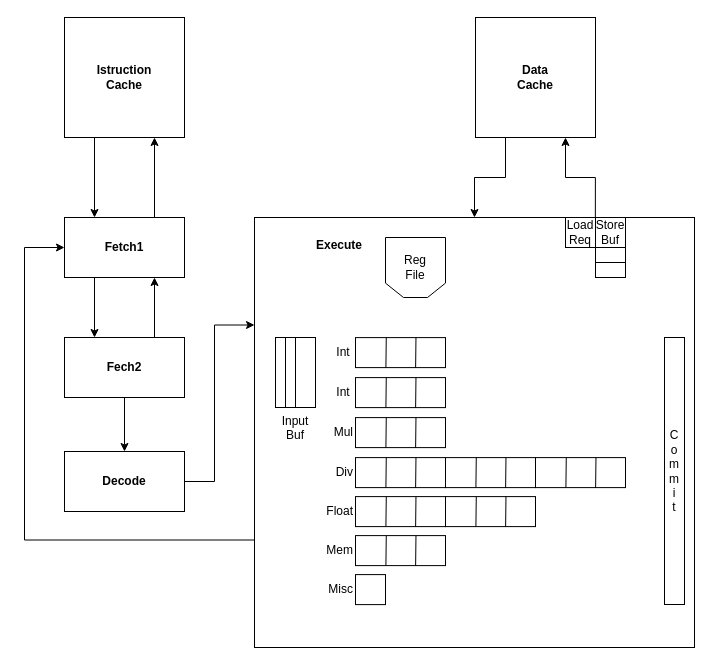
Earlier version of the draw.io diagram Diagrammi/MinorArm.drawio (The90Frank/MinorArmAnalyzer). Source tidied: cells renumbered, new cells numbered last; positions are measured from the earlier drawing's top-left corner, leaving out a move shared by most shapes. Both pictures are drawn from the tidied source at 100%, with x=0, y=0 at pixel (24, 17).
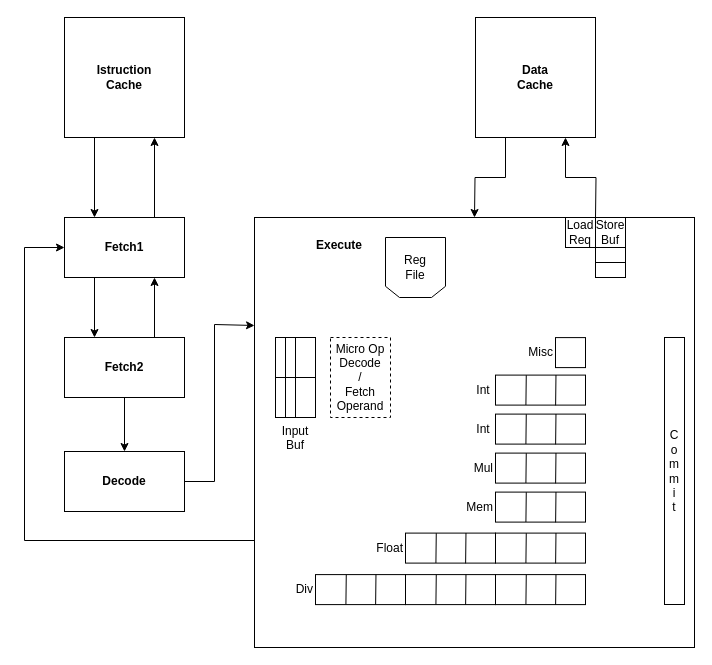
Above is the later version.

Unchanged cells that the change refers to:
```xml
<mxCell id="6" value="Fetch1" style="rounded=0;whiteSpace=wrap;html=1;fontStyle=1;" parent="1" vertex="1">
  <mxGeometry x="40" y="200" width="120" height="60" as="geometry" />
</mxCell>
<mxCell id="11" value="&lt;span&gt;Decode&lt;/span&gt;" style="rounded=0;whiteSpace=wrap;html=1;fontStyle=1;" parent="1" vertex="1">
  <mxGeometry x="40" y="434" width="120" height="60" as="geometry" />
</mxCell>
<mxCell id="16" value="Data&lt;br&gt;Cache" style="rounded=0;whiteSpace=wrap;html=1;fontStyle=1;" parent="1" vertex="1">
  <mxGeometry x="451" width="120" height="120" as="geometry" />
</mxCell>
<mxCell id="45" style="rounded=0;whiteSpace=wrap;html=1;align=left;verticalAlign=top;labelPosition=right;verticalLabelPosition=middle;" parent="1" vertex="1">
  <mxGeometry x="571" y="200" width="30" height="60" as="geometry" />
</mxCell>
<mxCell id="48" value="Load&lt;br&gt;Req" style="rounded=0;whiteSpace=wrap;html=1;align=center;labelPosition=center;verticalLabelPosition=middle;verticalAlign=middle;" parent="1" vertex="1">
  <mxGeometry x="541" y="200" width="30" height="30" as="geometry" />
</mxCell>
```

Change to the diagram source:
```diff
@@
-    <mxCell id="9" value="Fech2" style="rounded=0;whiteSpace=wrap;html=1;fontStyle=1;" parent="1" vertex="1">
+    <mxCell id="9" value="Fetch2" style="rounded=0;whiteSpace=wrap;html=1;fontStyle=1;" parent="1" vertex="1">
       <mxGeometry x="40" y="320" width="120" height="60" as="geometry" />
     </mxCell>
-    <mxCell id="10" style="edgeStyle=orthogonalEdgeStyle;rounded=0;jettySize=auto;html=1;exitX=1;exitY=0.5;exitDx=0;exitDy=0;entryX=0;entryY=0.25;entryDx=0;entryDy=0;" parent="1" edge="1" source="11" target="14">
+    <mxCell id="10" style="edgeStyle=orthogonalEdgeStyle;rounded=0;jettySize=auto;html=1;exitX=1;exitY=0.5;exitDx=0;exitDy=0;entryX=0;entryY=0.25;entryDx=0;entryDy=0;" parent="1" edge="1" source="11">
       <mxGeometry relative="1" as="geometry">
+        <mxPoint x="230" y="308" as="targetPoint" />
         <Array as="points">
           <mxPoint x="190" y="464" />
           <mxPoint x="190" y="307" />
         </Array>
       </mxGeometry>
     </mxCell>
@@
-    <mxCell id="12" style="edgeStyle=orthogonalEdgeStyle;rounded=0;jettySize=auto;html=1;exitX=0.995;exitY=0.005;exitDx=0;exitDy=0;entryX=0.75;entryY=1;entryDx=0;entryDy=0;exitPerimeter=0;" parent="1" edge="1" source="48" target="16">
-      <mxGeometry relative="1" as="geometry" />
+    <mxCell id="12" style="edgeStyle=orthogonalEdgeStyle;rounded=0;jettySize=auto;html=1;exitX=0.995;exitY=0.005;exitDx=0;exitDy=0;entryX=0.75;entryY=1;entryDx=0;entryDy=0;exitPerimeter=0;" parent="1" edge="1" target="16">
+      <mxGeometry relative="1" as="geometry">
+        <mxPoint x="571" y="200" as="sourcePoint" />
+      </mxGeometry>
     </mxCell>
-    <mxCell id="13" style="edgeStyle=orthogonalEdgeStyle;rounded=0;jettySize=auto;html=1;entryX=0;entryY=0.5;entryDx=0;entryDy=0;exitX=0;exitY=0.75;exitDx=0;exitDy=0;" parent="1" edge="1" source="14" target="6">
+    <mxCell id="13" style="edgeStyle=orthogonalEdgeStyle;rounded=0;jettySize=auto;html=1;entryX=0;entryY=0.5;entryDx=0;entryDy=0;exitX=0;exitY=0.75;exitDx=0;exitDy=0;" parent="1" edge="1" target="6">
       <mxGeometry relative="1" as="geometry">
+        <mxPoint x="230" y="523" as="sourcePoint" />
         <Array as="points">
           <mxPoint y="523" />
           <mxPoint y="230" />
         </Array>
       </mxGeometry>
     </mxCell>
-    <mxCell id="14" value="&amp;nbsp; &amp;nbsp; &amp;nbsp; &amp;nbsp; &amp;nbsp; &lt;br&gt;&amp;nbsp; &amp;nbsp; &amp;nbsp; &amp;nbsp; &amp;nbsp; &amp;nbsp; &amp;nbsp; &amp;nbsp; &amp;nbsp; &lt;b&gt;Execute&lt;/b&gt;" style="rounded=0;whiteSpace=wrap;html=1;verticalAlign=top;labelPosition=center;verticalLabelPosition=middle;align=left;" parent="1" vertex="1">
-      <mxGeometry x="230" y="200" width="440" height="430" as="geometry" />
-    </mxCell>
-    <mxCell id="15" style="edgeStyle=orthogonalEdgeStyle;rounded=0;jettySize=auto;html=1;exitX=0.25;exitY=1;exitDx=0;exitDy=0;entryX=0.5;entryY=0;entryDx=0;entryDy=0;" parent="1" edge="1" source="16" target="14">
-      <mxGeometry relative="1" as="geometry" />
+    <mxCell id="15" style="edgeStyle=orthogonalEdgeStyle;rounded=0;jettySize=auto;html=1;exitX=0.25;exitY=1;exitDx=0;exitDy=0;entryX=0.5;entryY=0;entryDx=0;entryDy=0;" parent="1" edge="1" source="16">
+      <mxGeometry relative="1" as="geometry">
+        <mxPoint x="450" y="200" as="targetPoint" />
+      </mxGeometry>
     </mxCell>
@@
-    <mxCell id="17" value="Int&amp;nbsp;" style="rounded=0;whiteSpace=wrap;html=1;align=right;labelPosition=left;verticalLabelPosition=middle;verticalAlign=middle;" parent="1" vertex="1">
-      <mxGeometry x="331" y="320.1" width="90" height="30" as="geometry" />
-    </mxCell>
-    <mxCell id="18" style="endArrow=none;html=1;exitX=0.338;exitY=0.997;exitDx=0;exitDy=0;exitPerimeter=0;entryX=0.342;entryY=0.003;entryDx=0;entryDy=0;entryPerimeter=0;" parent="1" edge="1" source="17" target="17">
-      <mxGeometry relative="1" as="geometry" />
-    </mxCell>
-    <mxCell id="19" style="endArrow=none;html=1;exitX=0.668;exitY=1.01;exitDx=0;exitDy=0;exitPerimeter=0;entryX=0.672;entryY=-0.003;entryDx=0;entryDy=0;entryPerimeter=0;" parent="1" edge="1" source="17" target="17">
-      <mxGeometry relative="1" as="geometry" />
-    </mxCell>
-    <mxCell id="20" value="Int&amp;nbsp;" style="rounded=0;whiteSpace=wrap;html=1;align=right;labelPosition=left;verticalLabelPosition=middle;verticalAlign=middle;" parent="1" vertex="1">
-      <mxGeometry x="331" y="360.1" width="90" height="30" as="geometry" />
-    </mxCell>
-    <mxCell id="21" style="endArrow=none;html=1;exitX=0.338;exitY=0.997;exitDx=0;exitDy=0;exitPerimeter=0;entryX=0.342;entryY=0.003;entryDx=0;entryDy=0;entryPerimeter=0;" parent="1" edge="1" source="20" target="20">
-      <mxGeometry relative="1" as="geometry" />
-    </mxCell>
-    <mxCell id="22" style="endArrow=none;html=1;exitX=0.668;exitY=1.01;exitDx=0;exitDy=0;exitPerimeter=0;entryX=0.672;entryY=-0.003;entryDx=0;entryDy=0;entryPerimeter=0;" parent="1" edge="1" source="20" target="20">
-      <mxGeometry relative="1" as="geometry" />
-    </mxCell>
+    <mxCell id="14" value="&amp;nbsp; &amp;nbsp; &amp;nbsp; &amp;nbsp; &amp;nbsp; &lt;br&gt;&amp;nbsp; &amp;nbsp; &amp;nbsp; &amp;nbsp; &amp;nbsp; &amp;nbsp; &amp;nbsp; &amp;nbsp; &amp;nbsp; &lt;b&gt;Execute&lt;/b&gt;" style="rounded=0;whiteSpace=wrap;html=1;verticalAlign=top;labelPosition=center;verticalLabelPosition=middle;align=left;" parent="1" vertex="1">
+      <mxGeometry x="230" y="200" width="440" height="430" as="geometry" />
+    </mxCell>
+    <mxCell id="56" value="Int&amp;nbsp;" style="rounded=0;whiteSpace=wrap;html=1;align=right;labelPosition=left;verticalLabelPosition=middle;verticalAlign=middle;" parent="1" vertex="1">
+      <mxGeometry x="471" y="396.6" width="90" height="30" as="geometry" />
+    </mxCell>
+    <mxCell id="57" style="endArrow=none;html=1;exitX=0.338;exitY=0.997;exitDx=0;exitDy=0;exitPerimeter=0;entryX=0.342;entryY=0.003;entryDx=0;entryDy=0;entryPerimeter=0;" parent="1" edge="1" source="56" target="56">
+      <mxGeometry relative="1" as="geometry" />
+    </mxCell>
+    <mxCell id="58" style="endArrow=none;html=1;exitX=0.668;exitY=1.01;exitDx=0;exitDy=0;exitPerimeter=0;entryX=0.672;entryY=-0.003;entryDx=0;entryDy=0;entryPerimeter=0;" parent="1" edge="1" source="56" target="56">
+      <mxGeometry relative="1" as="geometry" />
+    </mxCell>
     <mxCell id="23" value="Mul" style="rounded=0;whiteSpace=wrap;html=1;align=right;labelPosition=left;verticalLabelPosition=middle;verticalAlign=middle;" parent="1" vertex="1">
-      <mxGeometry x="331" y="400.1" width="90" height="30" as="geometry" />
+      <mxGeometry x="471" y="435.6" width="90" height="30" as="geometry" />
     </mxCell>
-    <mxCell id="24" style="endArrow=none;html=1;exitX=0.338;exitY=0.997;exitDx=0;exitDy=0;exitPerimeter=0;entryX=0.342;entryY=0.003;entryDx=0;entryDy=0;entryPerimeter=0;" parent="1" edge="1" source="23" target="23">
-      <mxGeometry relative="1" as="geometry" />
-    </mxCell>
-    <mxCell id="25" style="endArrow=none;html=1;exitX=0.668;exitY=1.01;exitDx=0;exitDy=0;exitPerimeter=0;entryX=0.672;entryY=-0.003;entryDx=0;entryDy=0;entryPerimeter=0;" parent="1" edge="1" source="23" target="23">
-      <mxGeometry relative="1" as="geometry" />
-    </mxCell>
+    <mxCell id="59" style="endArrow=none;html=1;exitX=0.338;exitY=0.997;exitDx=0;exitDy=0;exitPerimeter=0;entryX=0.342;entryY=0.003;entryDx=0;entryDy=0;entryPerimeter=0;" parent="1" edge="1" source="23" target="23">
+      <mxGeometry relative="1" as="geometry" />
+    </mxCell>
+    <mxCell id="60" style="endArrow=none;html=1;exitX=0.668;exitY=1.01;exitDx=0;exitDy=0;exitPerimeter=0;entryX=0.672;entryY=-0.003;entryDx=0;entryDy=0;entryPerimeter=0;" parent="1" edge="1" source="23" target="23">
+      <mxGeometry relative="1" as="geometry" />
+    </mxCell>
     <mxCell id="26" value="Div" style="rounded=0;whiteSpace=wrap;html=1;align=right;labelPosition=left;verticalLabelPosition=middle;verticalAlign=middle;" parent="1" vertex="1">
-      <mxGeometry x="331" y="440.1" width="90" height="30" as="geometry" />
+      <mxGeometry x="291" y="557.1" width="90" height="30" as="geometry" />
     </mxCell>
-    <mxCell id="27" style="endArrow=none;html=1;exitX=0.338;exitY=0.997;exitDx=0;exitDy=0;exitPerimeter=0;entryX=0.342;entryY=0.003;entryDx=0;entryDy=0;entryPerimeter=0;" parent="1" edge="1" source="26" target="26">
-      <mxGeometry relative="1" as="geometry" />
-    </mxCell>
-    <mxCell id="28" style="endArrow=none;html=1;exitX=0.668;exitY=1.01;exitDx=0;exitDy=0;exitPerimeter=0;entryX=0.672;entryY=-0.003;entryDx=0;entryDy=0;entryPerimeter=0;" parent="1" edge="1" source="26" target="26">
-      <mxGeometry relative="1" as="geometry" />
-    </mxCell>
-    <mxCell id="29" style="rounded=0;whiteSpace=wrap;html=1;align=right;labelPosition=left;verticalLabelPosition=middle;verticalAlign=middle;" parent="1" vertex="1">
-      <mxGeometry x="421" y="440.1" width="90" height="30" as="geometry" />
-    </mxCell>
-    <mxCell id="30" style="endArrow=none;html=1;exitX=0.338;exitY=0.997;exitDx=0;exitDy=0;exitPerimeter=0;entryX=0.342;entryY=0.003;entryDx=0;entryDy=0;entryPerimeter=0;" parent="1" edge="1" source="29" target="29">
-      <mxGeometry relative="1" as="geometry" />
-    </mxCell>
-    <mxCell id="31" style="endArrow=none;html=1;exitX=0.668;exitY=1.01;exitDx=0;exitDy=0;exitPerimeter=0;entryX=0.672;entryY=-0.003;entryDx=0;entryDy=0;entryPerimeter=0;" parent="1" edge="1" source="29" target="29">
-      <mxGeometry relative="1" as="geometry" />
-    </mxCell>
-    <mxCell id="32" style="rounded=0;whiteSpace=wrap;html=1;align=right;labelPosition=left;verticalLabelPosition=middle;verticalAlign=middle;" parent="1" vertex="1">
-      <mxGeometry x="511" y="440.1" width="90" height="30" as="geometry" />
-    </mxCell>
-    <mxCell id="33" style="endArrow=none;html=1;exitX=0.338;exitY=0.997;exitDx=0;exitDy=0;exitPerimeter=0;entryX=0.342;entryY=0.003;entryDx=0;entryDy=0;entryPerimeter=0;" parent="1" edge="1" source="32" target="32">
-      <mxGeometry relative="1" as="geometry" />
-    </mxCell>
-    <mxCell id="34" style="endArrow=none;html=1;exitX=0.668;exitY=1.01;exitDx=0;exitDy=0;exitPerimeter=0;entryX=0.672;entryY=-0.003;entryDx=0;entryDy=0;entryPerimeter=0;" parent="1" edge="1" source="32" target="32">
-      <mxGeometry relative="1" as="geometry" />
-    </mxCell>
+    <mxCell id="61" style="endArrow=none;html=1;exitX=0.338;exitY=0.997;exitDx=0;exitDy=0;exitPerimeter=0;entryX=0.342;entryY=0.003;entryDx=0;entryDy=0;entryPerimeter=0;" parent="1" edge="1" source="26" target="26">
+      <mxGeometry relative="1" as="geometry" />
+    </mxCell>
+    <mxCell id="62" style="endArrow=none;html=1;exitX=0.668;exitY=1.01;exitDx=0;exitDy=0;exitPerimeter=0;entryX=0.672;entryY=-0.003;entryDx=0;entryDy=0;entryPerimeter=0;" parent="1" edge="1" source="26" target="26">
+      <mxGeometry relative="1" as="geometry" />
+    </mxCell>
+    <mxCell id="63" style="rounded=0;whiteSpace=wrap;html=1;align=right;labelPosition=left;verticalLabelPosition=middle;verticalAlign=middle;" parent="1" vertex="1">
+      <mxGeometry x="381" y="557.1" width="90" height="30" as="geometry" />
+    </mxCell>
+    <mxCell id="64" style="endArrow=none;html=1;exitX=0.338;exitY=0.997;exitDx=0;exitDy=0;exitPerimeter=0;entryX=0.342;entryY=0.003;entryDx=0;entryDy=0;entryPerimeter=0;" parent="1" edge="1" source="63" target="63">
+      <mxGeometry relative="1" as="geometry" />
+    </mxCell>
+    <mxCell id="65" style="endArrow=none;html=1;exitX=0.668;exitY=1.01;exitDx=0;exitDy=0;exitPerimeter=0;entryX=0.672;entryY=-0.003;entryDx=0;entryDy=0;entryPerimeter=0;" parent="1" edge="1" source="63" target="63">
+      <mxGeometry relative="1" as="geometry" />
+    </mxCell>
+    <mxCell id="66" style="rounded=0;whiteSpace=wrap;html=1;align=right;labelPosition=left;verticalLabelPosition=middle;verticalAlign=middle;" parent="1" vertex="1">
+      <mxGeometry x="471" y="557.1" width="90" height="30" as="geometry" />
+    </mxCell>
+    <mxCell id="67" style="endArrow=none;html=1;exitX=0.338;exitY=0.997;exitDx=0;exitDy=0;exitPerimeter=0;entryX=0.342;entryY=0.003;entryDx=0;entryDy=0;entryPerimeter=0;" parent="1" edge="1" source="66" target="66">
+      <mxGeometry relative="1" as="geometry" />
+    </mxCell>
+    <mxCell id="68" style="endArrow=none;html=1;exitX=0.668;exitY=1.01;exitDx=0;exitDy=0;exitPerimeter=0;entryX=0.672;entryY=-0.003;entryDx=0;entryDy=0;entryPerimeter=0;" parent="1" edge="1" source="66" target="66">
+      <mxGeometry relative="1" as="geometry" />
+    </mxCell>
     <mxCell id="35" value="Float" style="rounded=0;whiteSpace=wrap;html=1;align=right;labelPosition=left;verticalLabelPosition=middle;verticalAlign=middle;" parent="1" vertex="1">
-      <mxGeometry x="331" y="479.1" width="90" height="30" as="geometry" />
+      <mxGeometry x="381" y="515.6" width="90" height="30" as="geometry" />
     </mxCell>
-    <mxCell id="36" style="endArrow=none;html=1;exitX=0.338;exitY=0.997;exitDx=0;exitDy=0;exitPerimeter=0;entryX=0.342;entryY=0.003;entryDx=0;entryDy=0;entryPerimeter=0;" parent="1" edge="1" source="35" target="35">
-      <mxGeometry relative="1" as="geometry" />
-    </mxCell>
-    <mxCell id="37" style="endArrow=none;html=1;exitX=0.668;exitY=1.01;exitDx=0;exitDy=0;exitPerimeter=0;entryX=0.672;entryY=-0.003;entryDx=0;entryDy=0;entryPerimeter=0;" parent="1" edge="1" source="35" target="35">
-      <mxGeometry relative="1" as="geometry" />
-    </mxCell>
-    <mxCell id="38" style="rounded=0;whiteSpace=wrap;html=1;align=right;labelPosition=left;verticalLabelPosition=middle;verticalAlign=middle;" parent="1" vertex="1">
-      <mxGeometry x="421" y="479.1" width="90" height="30" as="geometry" />
-    </mxCell>
-    <mxCell id="39" style="endArrow=none;html=1;exitX=0.338;exitY=0.997;exitDx=0;exitDy=0;exitPerimeter=0;entryX=0.342;entryY=0.003;entryDx=0;entryDy=0;entryPerimeter=0;" parent="1" edge="1" source="38" target="38">
-      <mxGeometry relative="1" as="geometry" />
-    </mxCell>
-    <mxCell id="40" style="endArrow=none;html=1;exitX=0.668;exitY=1.01;exitDx=0;exitDy=0;exitPerimeter=0;entryX=0.672;entryY=-0.003;entryDx=0;entryDy=0;entryPerimeter=0;" parent="1" edge="1" source="38" target="38">
-      <mxGeometry relative="1" as="geometry" />
-    </mxCell>
+    <mxCell id="69" style="endArrow=none;html=1;exitX=0.338;exitY=0.997;exitDx=0;exitDy=0;exitPerimeter=0;entryX=0.342;entryY=0.003;entryDx=0;entryDy=0;entryPerimeter=0;" parent="1" edge="1" source="35" target="35">
+      <mxGeometry relative="1" as="geometry" />
+    </mxCell>
+    <mxCell id="70" style="endArrow=none;html=1;exitX=0.668;exitY=1.01;exitDx=0;exitDy=0;exitPerimeter=0;entryX=0.672;entryY=-0.003;entryDx=0;entryDy=0;entryPerimeter=0;" parent="1" edge="1" source="35" target="35">
+      <mxGeometry relative="1" as="geometry" />
+    </mxCell>
+    <mxCell id="71" style="rounded=0;whiteSpace=wrap;html=1;align=right;labelPosition=left;verticalLabelPosition=middle;verticalAlign=middle;" parent="1" vertex="1">
+      <mxGeometry x="471" y="515.6" width="90" height="30" as="geometry" />
+    </mxCell>
+    <mxCell id="72" style="endArrow=none;html=1;exitX=0.338;exitY=0.997;exitDx=0;exitDy=0;exitPerimeter=0;entryX=0.342;entryY=0.003;entryDx=0;entryDy=0;entryPerimeter=0;" parent="1" edge="1" source="71" target="71">
+      <mxGeometry relative="1" as="geometry" />
+    </mxCell>
+    <mxCell id="73" style="endArrow=none;html=1;exitX=0.668;exitY=1.01;exitDx=0;exitDy=0;exitPerimeter=0;entryX=0.672;entryY=-0.003;entryDx=0;entryDy=0;entryPerimeter=0;" parent="1" edge="1" source="71" target="71">
+      <mxGeometry relative="1" as="geometry" />
+    </mxCell>
     <mxCell id="41" value="Mem" style="rounded=0;whiteSpace=wrap;html=1;align=right;labelPosition=left;verticalLabelPosition=middle;verticalAlign=middle;" parent="1" vertex="1">
-      <mxGeometry x="331" y="518.1" width="90" height="30" as="geometry" />
+      <mxGeometry x="471" y="474.6" width="90" height="30" as="geometry" />
     </mxCell>
-    <mxCell id="42" style="endArrow=none;html=1;exitX=0.338;exitY=0.997;exitDx=0;exitDy=0;exitPerimeter=0;entryX=0.342;entryY=0.003;entryDx=0;entryDy=0;entryPerimeter=0;" parent="1" edge="1" source="41" target="41">
-      <mxGeometry relative="1" as="geometry" />
-    </mxCell>
-    <mxCell id="43" style="endArrow=none;html=1;exitX=0.668;exitY=1.01;exitDx=0;exitDy=0;exitPerimeter=0;entryX=0.672;entryY=-0.003;entryDx=0;entryDy=0;entryPerimeter=0;" parent="1" edge="1" source="41" target="41">
-      <mxGeometry relative="1" as="geometry" />
-    </mxCell>
+    <mxCell id="74" style="endArrow=none;html=1;exitX=0.338;exitY=0.997;exitDx=0;exitDy=0;exitPerimeter=0;entryX=0.342;entryY=0.003;entryDx=0;entryDy=0;entryPerimeter=0;" parent="1" edge="1" source="41" target="41">
+      <mxGeometry relative="1" as="geometry" />
+    </mxCell>
+    <mxCell id="75" style="endArrow=none;html=1;exitX=0.668;exitY=1.01;exitDx=0;exitDy=0;exitPerimeter=0;entryX=0.672;entryY=-0.003;entryDx=0;entryDy=0;entryPerimeter=0;" parent="1" edge="1" source="41" target="41">
+      <mxGeometry relative="1" as="geometry" />
+    </mxCell>
     <mxCell id="44" value="Misc" style="rounded=0;whiteSpace=wrap;html=1;align=right;labelPosition=left;verticalLabelPosition=middle;verticalAlign=middle;" parent="1" vertex="1">
-      <mxGeometry x="331" y="557.1" width="30" height="30" as="geometry" />
+      <mxGeometry x="531" y="320.1" width="30" height="30" as="geometry" />
     </mxCell>
@@
-    <mxCell id="46" style="endArrow=none;html=1;entryX=0;entryY=0.5;entryDx=0;entryDy=0;exitX=1;exitY=0.5;exitDx=0;exitDy=0;" parent="1" edge="1" source="45" target="45">
-      <mxGeometry relative="1" as="geometry" />
-    </mxCell>
-    <mxCell id="47" style="endArrow=none;html=1;entryX=0;entryY=0.75;entryDx=0;entryDy=0;exitX=1;exitY=0.75;exitDx=0;exitDy=0;" parent="1" edge="1" source="45" target="45">
-      <mxGeometry relative="1" as="geometry" />
-    </mxCell>
+    <mxCell id="76" style="endArrow=none;html=1;entryX=0;entryY=0.5;entryDx=0;entryDy=0;exitX=1;exitY=0.5;exitDx=0;exitDy=0;" parent="1" edge="1" source="45" target="45">
+      <mxGeometry relative="1" as="geometry" />
+    </mxCell>
+    <mxCell id="77" style="endArrow=none;html=1;entryX=0;entryY=0.75;entryDx=0;entryDy=0;exitX=1;exitY=0.75;exitDx=0;exitDy=0;" parent="1" edge="1" source="45" target="45">
+      <mxGeometry relative="1" as="geometry" />
+    </mxCell>
@@
     <mxCell id="50" value="Input Buf" style="rounded=0;whiteSpace=wrap;html=1;align=center;labelPosition=center;verticalLabelPosition=bottom;verticalAlign=top;" parent="1" vertex="1">
-      <mxGeometry x="251" y="320" width="40" height="70" as="geometry" />
+      <mxGeometry x="251" y="320" width="40" height="80" as="geometry" />
     </mxCell>
-    <mxCell id="51" style="endArrow=none;html=1;entryX=0.5;entryY=0;entryDx=0;entryDy=0;exitX=0.5;exitY=1;exitDx=0;exitDy=0;" parent="1" edge="1" source="50" target="50">
-      <mxGeometry relative="1" as="geometry" />
-    </mxCell>
-    <mxCell id="52" style="endArrow=none;html=1;entryX=0.25;entryY=0;entryDx=0;entryDy=0;exitX=0.25;exitY=1;exitDx=0;exitDy=0;" parent="1" edge="1" source="50" target="50">
-      <mxGeometry relative="1" as="geometry" />
-    </mxCell>
-    <mxCell id="53" style="shape=loopLimit;whiteSpace=wrap;html=1;align=left;rotation=180;size=18;" parent="1" vertex="1">
-      <mxGeometry x="361" y="220" width="60" height="60" as="geometry" />
-    </mxCell>
+    <mxCell id="78" style="endArrow=none;html=1;entryX=0.5;entryY=0;entryDx=0;entryDy=0;exitX=0.5;exitY=1;exitDx=0;exitDy=0;" parent="1" edge="1" source="50" target="50">
+      <mxGeometry relative="1" as="geometry" />
+    </mxCell>
+    <mxCell id="79" style="endArrow=none;html=1;entryX=0.25;entryY=0;entryDx=0;entryDy=0;exitX=0.25;exitY=1;exitDx=0;exitDy=0;" parent="1" edge="1" source="50" target="50">
+      <mxGeometry relative="1" as="geometry" />
+    </mxCell>
+    <mxCell id="80" style="shape=loopLimit;whiteSpace=wrap;html=1;align=left;rotation=180;size=14;" parent="1" vertex="1">
+      <mxGeometry x="361" y="220" width="60" height="60" as="geometry" />
+    </mxCell>
@@
+    <mxCell id="81" value="Micro Op&lt;br&gt;Decode&lt;br&gt;/&lt;br&gt;Fetch&lt;br&gt;Operand" style="rounded=0;whiteSpace=wrap;html=1;dashed=1;perimeterSpacing=0;strokeWidth=1;" parent="1" vertex="1">
+      <mxGeometry x="306" y="320" width="60" height="80" as="geometry" />
+    </mxCell>
+    <mxCell id="82" value="Int&amp;nbsp;" style="rounded=0;whiteSpace=wrap;html=1;align=right;labelPosition=left;verticalLabelPosition=middle;verticalAlign=middle;" parent="1" vertex="1">
+      <mxGeometry x="471" y="357.6" width="90" height="30" as="geometry" />
+    </mxCell>
+    <mxCell id="83" style="endArrow=none;html=1;exitX=0.338;exitY=0.997;exitDx=0;exitDy=0;exitPerimeter=0;entryX=0.342;entryY=0.003;entryDx=0;entryDy=0;entryPerimeter=0;" parent="1" edge="1" source="82" target="82">
+      <mxGeometry relative="1" as="geometry" />
+    </mxCell>
+    <mxCell id="84" style="endArrow=none;html=1;exitX=0.668;exitY=1.01;exitDx=0;exitDy=0;exitPerimeter=0;entryX=0.672;entryY=-0.003;entryDx=0;entryDy=0;entryPerimeter=0;" parent="1" edge="1" source="82" target="82">
+      <mxGeometry relative="1" as="geometry" />
+    </mxCell>
+    <mxCell id="85" style="endArrow=none;html=1;strokeColor=#000000;strokeWidth=1;entryX=1;entryY=0.5;entryDx=0;entryDy=0;exitX=0;exitY=0.5;exitDx=0;exitDy=0;" parent="1" edge="1" source="50" target="50">
+      <mxGeometry relative="1" as="geometry" />
+    </mxCell>
```
